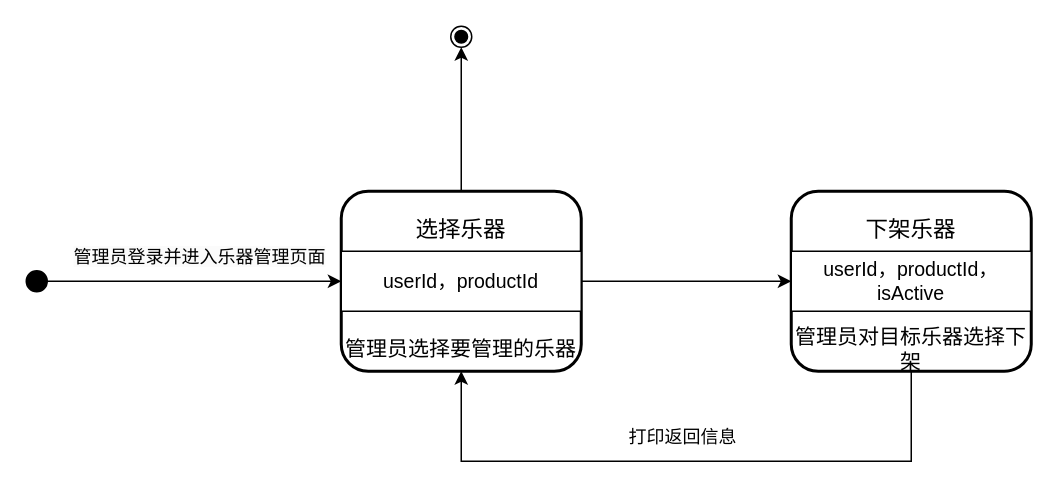
Earlier version of the draw.io diagram page "行为建模" (2 of 2) of 文档/需求分析规约文档/三种建模/06管理商品用例建模.drawio (w1ntercube/TJ-SE-Design). Source tidied: cells renumbered, new cells numbered last; positions are measured from the earlier drawing's top-left corner, leaving out a move shared by most shapes. Both pictures are drawn from the tidied source at 150%, with x=0, y=0 at pixel (26, 26).
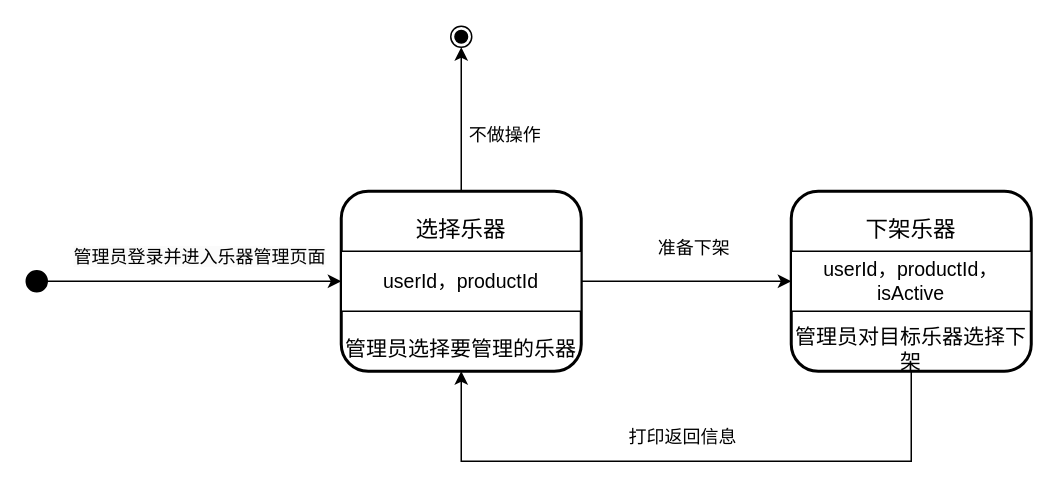
Above is the later version.

Change to the diagram source:
```diff
@@
+    <mxCell id="22" value="不做操作" style="text;html=1;align=center;verticalAlign=middle;strokeColor=none;fillColor=none;" parent="1" vertex="1">
+      <mxGeometry x="284" y="58" width="70" height="30" as="geometry" />
+    </mxCell>
+    <mxCell id="23" value="准备下架" style="text;html=1;align=center;verticalAlign=middle;strokeColor=none;fillColor=none;" parent="1" vertex="1">
+      <mxGeometry x="410" y="133" width="70" height="30" as="geometry" />
+    </mxCell>
```
